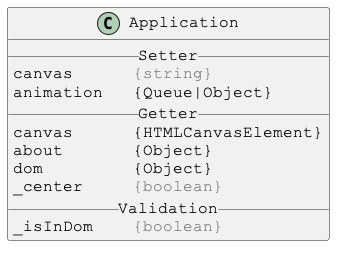
This is docs/PlantUml/image/Application.png from Justin-Byrne/canvasLab, a PlantUML export, as it was before one commit. Its diagram source:
```plantuml
@startuml

skinparam DefaultFontSize 16
skinparam DefaultFontName Courier New

class Application {
__ Setter __
canvas      <color:gray>{string}</color>
animation   {Queue|Object}
__ Getter __
canvas      {HTMLCanvasElement}
about       {Object}
dom         {Object}
_center     <color:gray>{boolean}</color>
__ Validation __
_isInDom    <color:gray>{boolean}</color>
}

@enduml
```
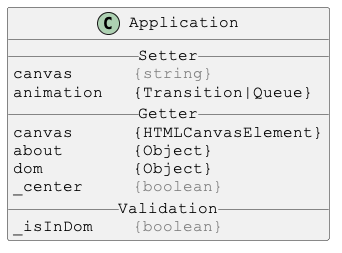
Above is the later version.

Diff of the diagram source:
```diff
@@ -6,7 +6,7 @@
 class Application {
 __ Setter __
 canvas      <color:gray>{string}</color>
-animation   {Queue|Object}
+animation   {Transition|Queue}
 __ Getter __
 canvas      {HTMLCanvasElement}
 about       {Object}
```
